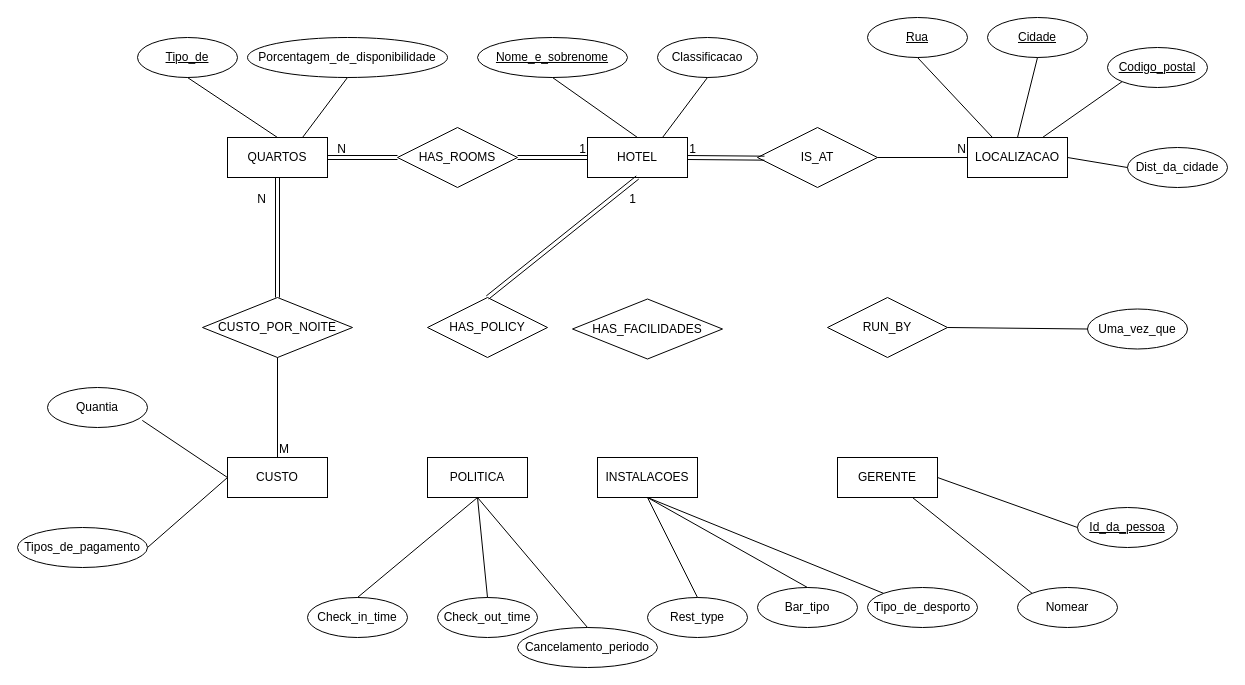
This is DiagramaHotel.drawio from VascoMatos/diagramas, a draw.io file, before an edit. Source tidied: cells renumbered, new cells numbered last; positions are measured from the earlier drawing's top-left corner, leaving out a move shared by most shapes. Both pictures are drawn from the tidied source at 100%, with x=0, y=0 at pixel (17, 17).
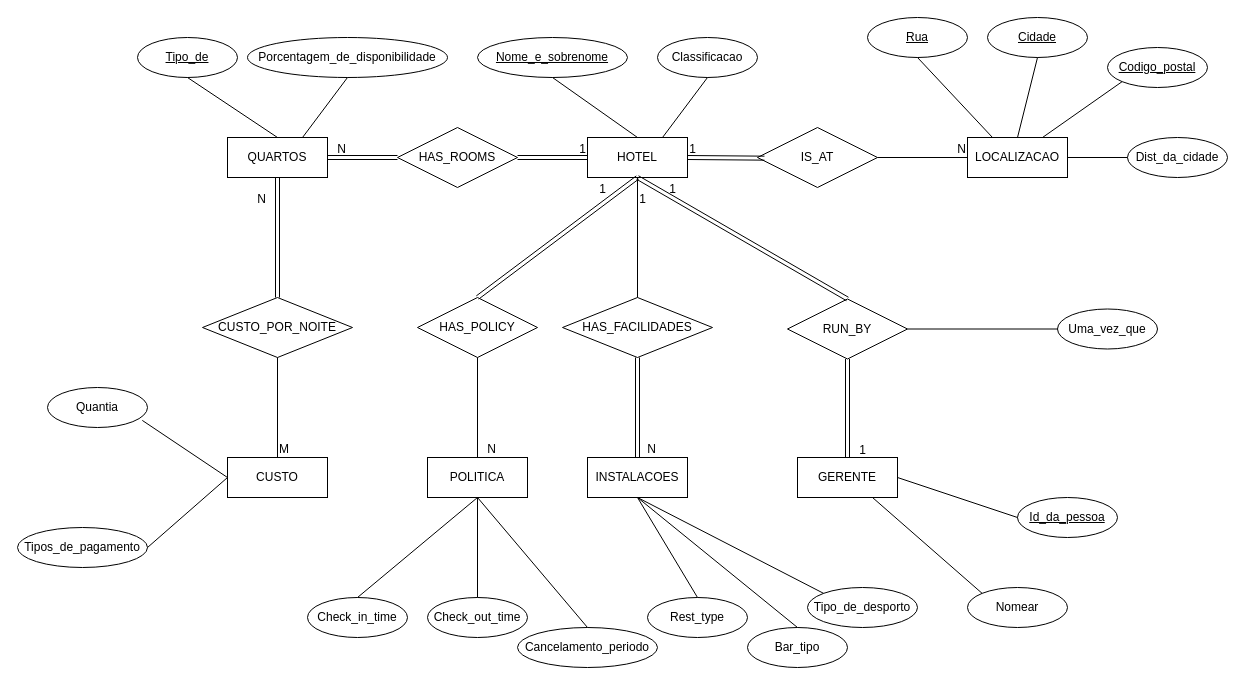
Above is the later version.

Unchanged cells that the change refers to:
```xml
<mxCell id="2" value="HOTEL" style="whiteSpace=wrap;html=1;align=center;" parent="1" vertex="1">
  <mxGeometry x="570" y="120" width="100" height="40" as="geometry" />
</mxCell>
<mxCell id="6" value="POLITICA" style="whiteSpace=wrap;html=1;align=center;" parent="1" vertex="1">
  <mxGeometry x="410" y="440" width="100" height="40" as="geometry" />
</mxCell>
<mxCell id="65" style="shape=link;html=1;rounded=0;entryX=0.5;entryY=1;entryDx=0;entryDy=0;exitX=0.5;exitY=0;exitDx=0;exitDy=0;" parent="1" edge="1" source="12" target="2">
  <mxGeometry relative="1" as="geometry" />
</mxCell>
```

The edit, as a diff of the source:
```diff
@@
     <mxCell id="7" value="INSTALACOES" style="whiteSpace=wrap;html=1;align=center;" parent="1" vertex="1">
-      <mxGeometry x="580" y="440" width="100" height="40" as="geometry" />
+      <mxGeometry x="570" y="440" width="100" height="40" as="geometry" />
     </mxCell>
     <mxCell id="8" value="GERENTE" style="whiteSpace=wrap;html=1;align=center;" parent="1" vertex="1">
-      <mxGeometry x="820" y="440" width="100" height="40" as="geometry" />
+      <mxGeometry x="780" y="440" width="100" height="40" as="geometry" />
     </mxCell>
@@
     <mxCell id="12" value="HAS_POLICY" style="shape=rhombus;perimeter=rhombusPerimeter;whiteSpace=wrap;html=1;align=center;" parent="1" vertex="1">
-      <mxGeometry x="410" y="280" width="120" height="60" as="geometry" />
+      <mxGeometry x="400" y="280" width="120" height="60" as="geometry" />
     </mxCell>
     <mxCell id="13" value="HAS_FACILIDADES" style="shape=rhombus;perimeter=rhombusPerimeter;whiteSpace=wrap;html=1;align=center;" parent="1" vertex="1">
-      <mxGeometry x="555" y="281.5" width="150" height="60" as="geometry" />
+      <mxGeometry x="545" y="280" width="150" height="60" as="geometry" />
     </mxCell>
     <mxCell id="14" value="RUN_BY" style="shape=rhombus;perimeter=rhombusPerimeter;whiteSpace=wrap;html=1;align=center;" parent="1" vertex="1">
-      <mxGeometry x="810" y="280" width="120" height="60" as="geometry" />
+      <mxGeometry x="770" y="281.5" width="120" height="60" as="geometry" />
     </mxCell>
@@
     <mxCell id="22" value="Dist_da_cidade" style="ellipse;whiteSpace=wrap;html=1;align=center;" parent="1" vertex="1">
-      <mxGeometry x="1110" y="130" width="100" height="40" as="geometry" />
+      <mxGeometry x="1110" y="120" width="100" height="40" as="geometry" />
     </mxCell>
     <mxCell id="23" value="Uma_vez_que" style="ellipse;whiteSpace=wrap;html=1;align=center;" parent="1" vertex="1">
-      <mxGeometry x="1070" y="291.5" width="100" height="40" as="geometry" />
+      <mxGeometry x="1040" y="291.5" width="100" height="40" as="geometry" />
     </mxCell>
     <mxCell id="24" value="Id_da_pessoa" style="ellipse;whiteSpace=wrap;html=1;align=center;fontStyle=4;" parent="1" vertex="1">
-      <mxGeometry x="1060" y="490" width="100" height="40" as="geometry" />
+      <mxGeometry x="1000" y="480" width="100" height="40" as="geometry" />
     </mxCell>
     <mxCell id="25" value="Nomear" style="ellipse;whiteSpace=wrap;html=1;align=center;" parent="1" vertex="1">
-      <mxGeometry x="1000" y="570" width="100" height="40" as="geometry" />
+      <mxGeometry x="950" y="570" width="100" height="40" as="geometry" />
     </mxCell>
     <mxCell id="26" value="Tipo_de_desporto" style="ellipse;whiteSpace=wrap;html=1;align=center;" parent="1" vertex="1">
-      <mxGeometry x="850" y="570" width="110" height="40" as="geometry" />
+      <mxGeometry x="790" y="570" width="110" height="40" as="geometry" />
     </mxCell>
     <mxCell id="27" value="Bar_tipo" style="ellipse;whiteSpace=wrap;html=1;align=center;" parent="1" vertex="1">
-      <mxGeometry x="740" y="570" width="100" height="40" as="geometry" />
+      <mxGeometry x="730" y="610" width="100" height="40" as="geometry" />
     </mxCell>
@@
     <mxCell id="30" value="Check_out_time" style="ellipse;whiteSpace=wrap;html=1;align=center;" parent="1" vertex="1">
-      <mxGeometry x="420" y="580" width="100" height="40" as="geometry" />
+      <mxGeometry x="410" y="580" width="100" height="40" as="geometry" />
     </mxCell>
@@
     <mxCell id="66" value="1" style="html=1;whiteSpace=wrap;align=right;verticalAlign=bottom;" parent="65" vertex="1">
       <mxGeometry x="1" relative="1" as="geometry">
-        <mxPoint y="30" as="offset" />
+        <mxPoint x="10" y="30" as="offset" />
       </mxGeometry>
     </mxCell>
+    <mxCell id="67" style="endArrow=none;html=1;rounded=0;entryX=0.5;entryY=0;entryDx=0;entryDy=0;exitX=0.5;exitY=1;exitDx=0;exitDy=0;" parent="1" edge="1" source="12" target="6">
+      <mxGeometry relative="1" as="geometry" />
+    </mxCell>
+    <mxCell id="68" value="N" style="html=1;whiteSpace=wrap;align=right;verticalAlign=bottom;" parent="67" vertex="1">
+      <mxGeometry x="1" relative="1" as="geometry">
+        <mxPoint x="20" as="offset" />
+      </mxGeometry>
+    </mxCell>
+    <mxCell id="69" style="endArrow=none;html=1;rounded=0;entryX=0.5;entryY=1;entryDx=0;entryDy=0;exitX=0.5;exitY=0;exitDx=0;exitDy=0;" parent="1" edge="1" source="13" target="2">
+      <mxGeometry relative="1" as="geometry" />
+    </mxCell>
+    <mxCell id="70" value="1" style="html=1;whiteSpace=wrap;align=right;verticalAlign=bottom;" parent="69" vertex="1">
+      <mxGeometry x="1" relative="1" as="geometry">
+        <mxPoint x="-30" y="20" as="offset" />
+      </mxGeometry>
+    </mxCell>
+    <mxCell id="71" style="shape=link;html=1;rounded=0;exitX=0.5;exitY=1;exitDx=0;exitDy=0;entryX=0.5;entryY=0;entryDx=0;entryDy=0;" parent="1" edge="1" source="13" target="7">
+      <mxGeometry relative="1" as="geometry" />
+    </mxCell>
+    <mxCell id="72" value="N" style="html=1;whiteSpace=wrap;align=right;verticalAlign=bottom;" parent="71" vertex="1">
+      <mxGeometry x="1" relative="1" as="geometry">
+        <mxPoint x="20" as="offset" />
+      </mxGeometry>
+    </mxCell>
+    <mxCell id="73" style="shape=link;html=1;rounded=0;entryX=0.5;entryY=1;entryDx=0;entryDy=0;exitX=0.5;exitY=0;exitDx=0;exitDy=0;" parent="1" edge="1" source="14" target="2">
+      <mxGeometry relative="1" as="geometry" />
+    </mxCell>
+    <mxCell id="74" value="1" style="html=1;whiteSpace=wrap;align=right;verticalAlign=bottom;" parent="73" vertex="1">
+      <mxGeometry x="1" relative="1" as="geometry">
+        <mxPoint x="40" y="20" as="offset" />
+      </mxGeometry>
+    </mxCell>
+    <mxCell id="75" style="shape=link;html=1;rounded=0;entryX=0.5;entryY=0;entryDx=0;entryDy=0;exitX=0.5;exitY=1;exitDx=0;exitDy=0;" parent="1" edge="1" source="14" target="8">
+      <mxGeometry relative="1" as="geometry" />
+    </mxCell>
+    <mxCell id="76" value="1" style="html=1;whiteSpace=wrap;align=right;verticalAlign=bottom;" parent="75" vertex="1">
+      <mxGeometry x="1" relative="1" as="geometry">
+        <mxPoint x="20" as="offset" />
+      </mxGeometry>
+    </mxCell>
```
